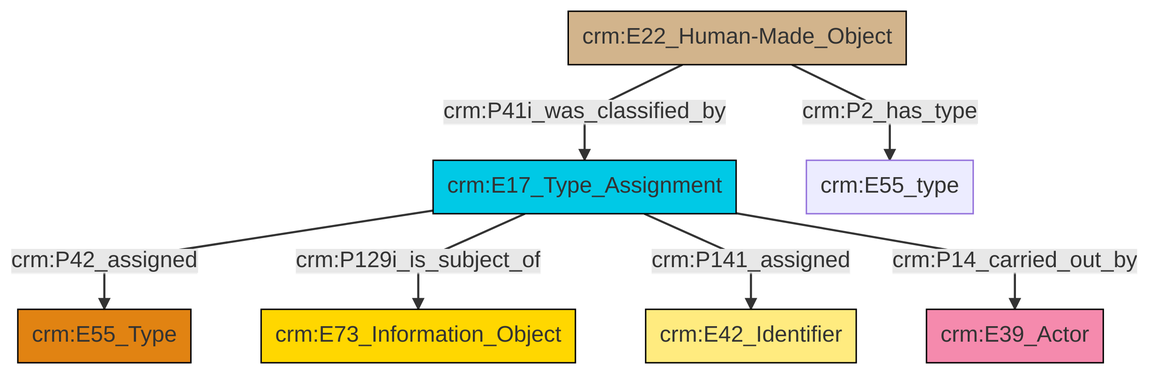
swiss-art-research-net/reference-data-models keeps this Mermaid diagram as et/builtWorkCSV/ttl/mmd/png/Built_Work_designation_status.png. Above is the earlier version. Its source is kept beside it as et/builtWorkCSV/ttl/mmd/Built_Work_designation_status.ttl.mmd.
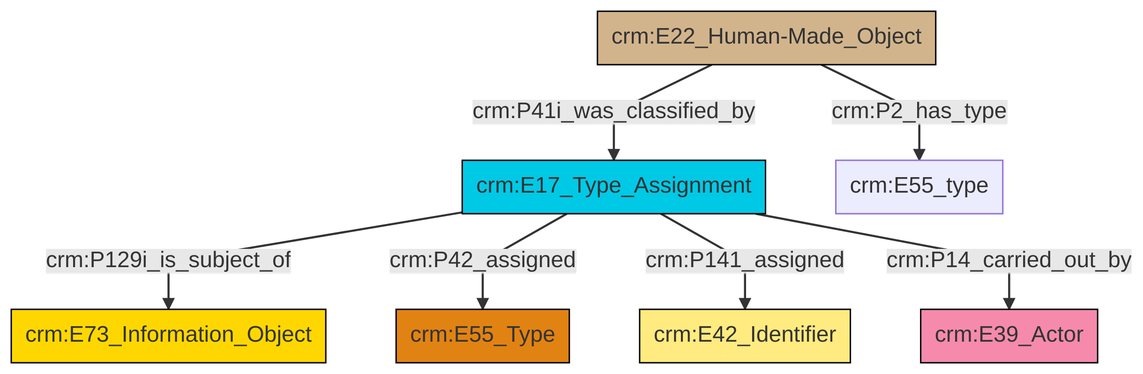
The same diagram one commit later.

Change to the diagram source:
```diff
@@ -13,9 +13,9 @@
 classDef PC_Classes fill:#4ce600, stroke:#000000;
 classDef Multi fill:#cccccc,stroke:#000000;
 
-4["crm:E17_Type_Assignment"]:::Temporal_Entity -->|crm:P42_assigned| 0["crm:E55_Type"]:::Type
-4["crm:E17_Type_Assignment"]:::Temporal_Entity -->|crm:P129i_is_subject_of| 7["crm:E73_Information_Object"]:::Conceptual_Object
-2["crm:E22_Human-Made_Object"]:::Physical_Thing -->|crm:P41i_was_classified_by| 4["crm:E17_Type_Assignment"]:::Temporal_Entity
-4["crm:E17_Type_Assignment"]:::Temporal_Entity -->|crm:P141_assigned| 11["crm:E42_Identifier"]:::Appellation
-2["crm:E22_Human-Made_Object"]:::Physical_Thing -->|crm:P2_has_type| 5["crm:E55_type"]:::Default
-4["crm:E17_Type_Assignment"]:::Temporal_Entity -->|crm:P14_carried_out_by| 9["crm:E39_Actor"]:::Actor
+2["crm:E17_Type_Assignment"]:::Temporal_Entity -->|crm:P129i_is_subject_of| 4["crm:E73_Information_Object"]:::Conceptual_Object
+2["crm:E17_Type_Assignment"]:::Temporal_Entity -->|crm:P42_assigned| 0["crm:E55_Type"]:::Type
+2["crm:E17_Type_Assignment"]:::Temporal_Entity -->|crm:P141_assigned| 5["crm:E42_Identifier"]:::Appellation
+10["crm:E22_Human-Made_Object"]:::Physical_Thing -->|crm:P41i_was_classified_by| 2["crm:E17_Type_Assignment"]:::Temporal_Entity
+2["crm:E17_Type_Assignment"]:::Temporal_Entity -->|crm:P14_carried_out_by| 6["crm:E39_Actor"]:::Actor
+10["crm:E22_Human-Made_Object"]:::Physical_Thing -->|crm:P2_has_type| 12["crm:E55_type"]:::Default
```
